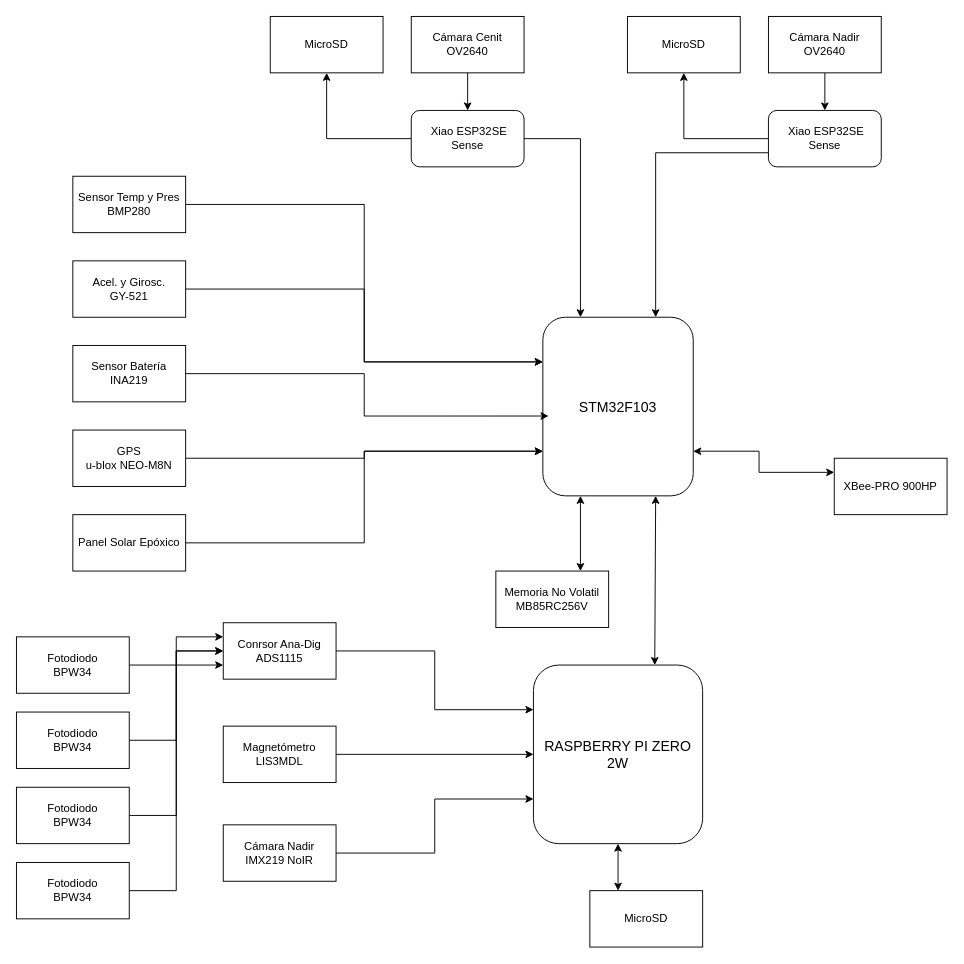
Before: docs/02-arquitectura/diagramas/Arquitectura General Hardware.drawio in florensg/cansat-utn-frre, a draw.io diagram. Source tidied: cells renumbered, new cells numbered last; positions are measured from the earlier drawing's top-left corner, leaving out a move shared by most shapes. Both pictures are drawn from the tidied source at 94%, with x=0, y=0 at pixel (16, 16).
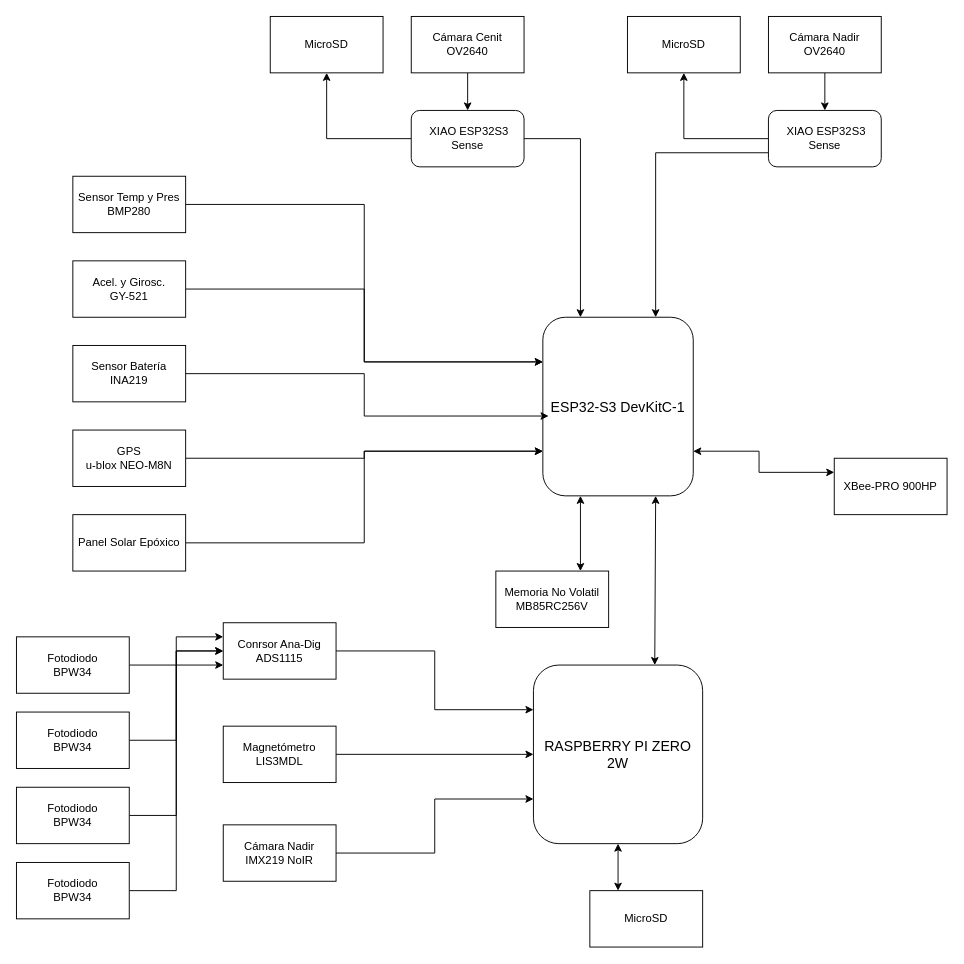
After the change.

What changed in the source:
```diff
@@
-    <mxCell id="2" value="&lt;font style=&quot;font-size: 15px;&quot;&gt;STM32F103&lt;/font&gt;" style="rounded=1;whiteSpace=wrap;html=1;" parent="1" vertex="1">
+    <mxCell id="2" value="&lt;font style=&quot;font-size: 15px;&quot;&gt;ESP32-S3 DevKitC-1&lt;/font&gt;" style="rounded=1;whiteSpace=wrap;html=1;" parent="1" vertex="1">
       <mxGeometry x="560" y="320" width="160" height="190" as="geometry" />
     </mxCell>
@@
-    <mxCell id="18" value="&amp;nbsp;Xiao ESP32SE Sense" style="rounded=1;whiteSpace=wrap;html=1;" parent="1" vertex="1">
+    <mxCell id="18" value="&amp;nbsp;XIAO ESP32S3 Sense" style="rounded=1;whiteSpace=wrap;html=1;" parent="1" vertex="1">
       <mxGeometry x="420" y="100" width="120" height="60" as="geometry" />
     </mxCell>
@@
-    <mxCell id="28" value="&amp;nbsp;Xiao ESP32SE Sense" style="rounded=1;whiteSpace=wrap;html=1;" parent="1" vertex="1">
+    <mxCell id="28" value="&amp;nbsp;XIAO ESP32S3 Sense" style="rounded=1;whiteSpace=wrap;html=1;" parent="1" vertex="1">
       <mxGeometry x="800" y="100" width="120" height="60" as="geometry" />
     </mxCell>
```
